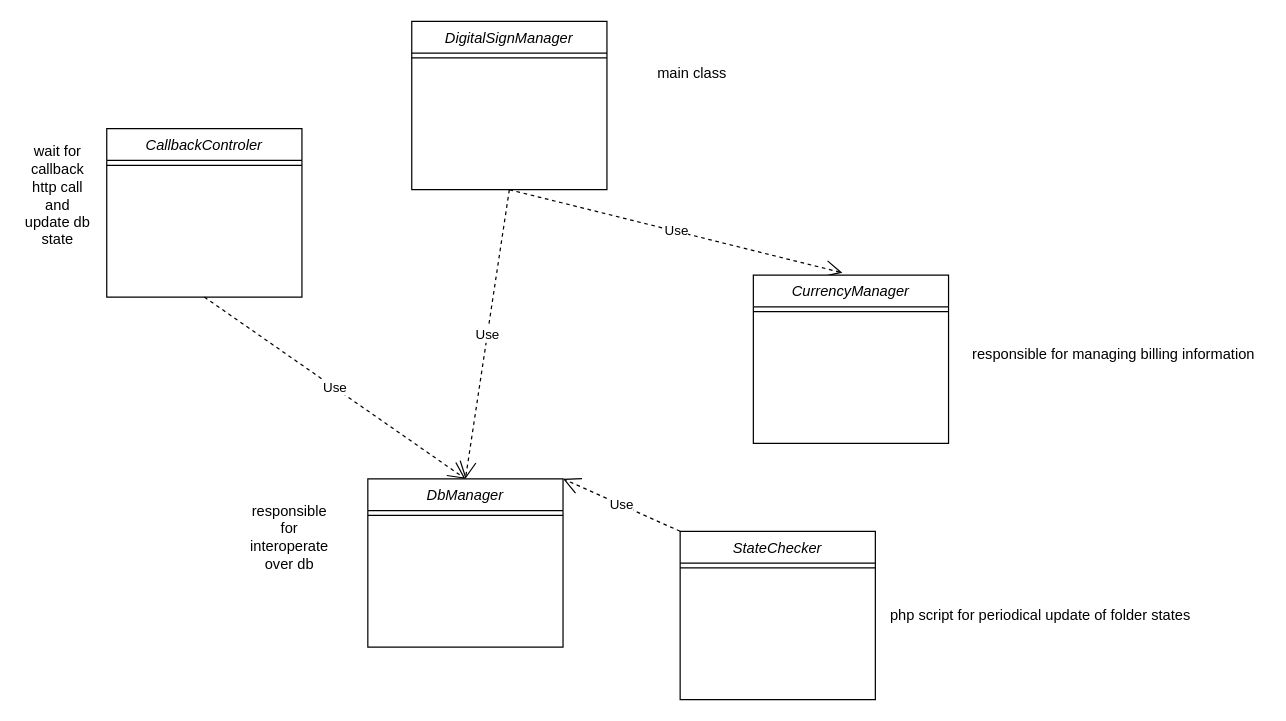
carnivuth/digitalsignIntegrationdoc keeps this draw.io diagram as Class_diagram.drawio. Above is the earlier version. Source tidied: cells renumbered, new cells numbered last; positions are measured from the earlier drawing's top-left corner, leaving out a move shared by most shapes. Both pictures are drawn from the tidied source at 122%, with x=0, y=0 at pixel (21, 21).
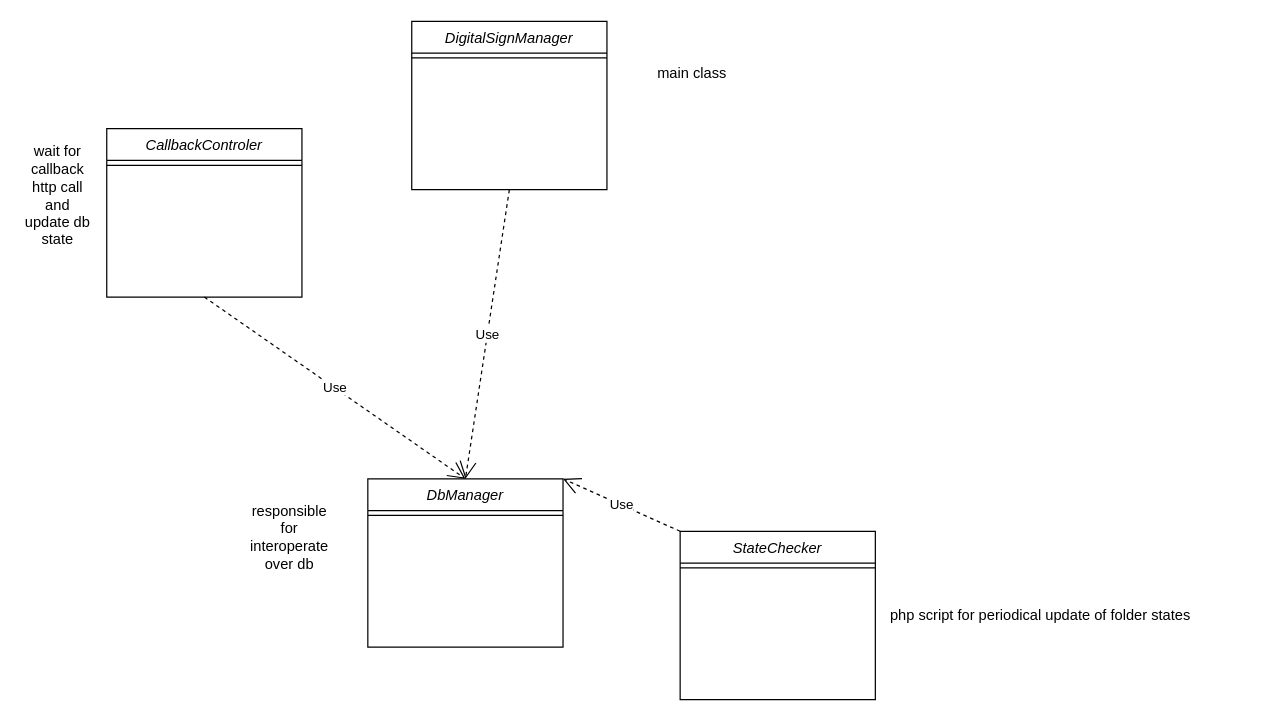
After the change.

Commit message:
removed currency class

The change refers to these unchanged cells:
```xml
<mxCell id="2" value="DigitalSignManager" style="swimlane;fontStyle=2;align=center;verticalAlign=top;horizontal=1;startSize=26;rounded=0;shadow=0;strokeWidth=1;" parent="1" vertex="1">
  <mxGeometry x="320" width="160" height="138" as="geometry" />
</mxCell>
```

The edit, as a diff of the source:
```diff
@@
-    <mxCell id="9" value="Use" style="endArrow=open;endSize=12;dashed=1;html=1;rounded=0;exitX=0.5;exitY=1;exitDx=0;exitDy=0;entryX=0.456;entryY=-0.014;entryDx=0;entryDy=0;entryPerimeter=0;" parent="1" edge="1" source="2" target="10">
-      <mxGeometry relative="1" as="geometry" />
-    </mxCell>
-    <mxCell id="10" value="CurrencyManager" style="swimlane;fontStyle=2;align=center;verticalAlign=top;horizontal=1;startSize=26;rounded=0;shadow=0;strokeWidth=1;" parent="1" vertex="1">
-      <mxGeometry x="600" y="208" width="160" height="138" as="geometry" />
-    </mxCell>
-    <mxCell id="11" style="line;html=1;strokeWidth=1;align=left;verticalAlign=middle;spacingTop=-1;spacingLeft=3;spacingRight=3;labelPosition=right;" parent="10" vertex="1">
-      <mxGeometry y="26" width="160" height="8" as="geometry" />
-    </mxCell>
@@
-    <mxCell id="18" value="responsible for managing billing information" style="text;html=1;align=center;verticalAlign=middle;strokeColor=none;fillColor=none;" parent="1" vertex="1">
-      <mxGeometry x="770" y="258" width="250" height="30" as="geometry" />
-    </mxCell>
```
